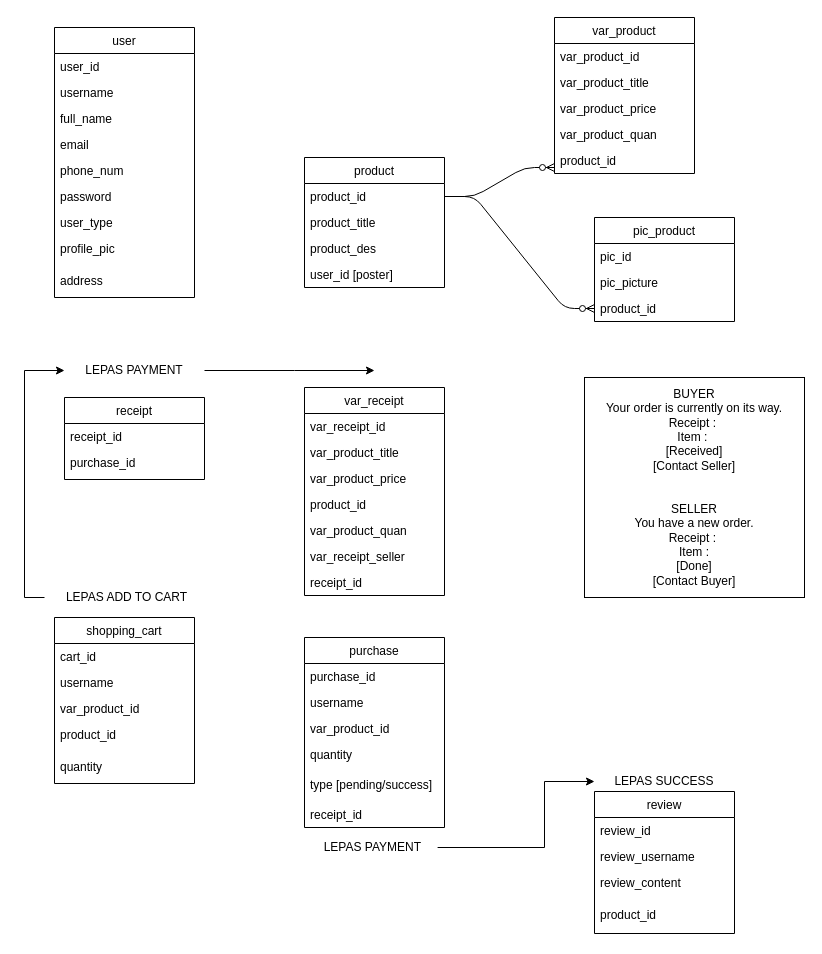
This is page "Page-1" (1 of 4) of Untitled Diagram.drawio from aqilanwar/iium-v, a draw.io file, before an edit. Source tidied: cells renumbered, new cells numbered last; positions are measured from the earlier drawing's top-left corner, leaving out a move shared by most shapes. Both pictures are drawn from the tidied source at 100%, with x=0, y=0 at pixel (24, 17).
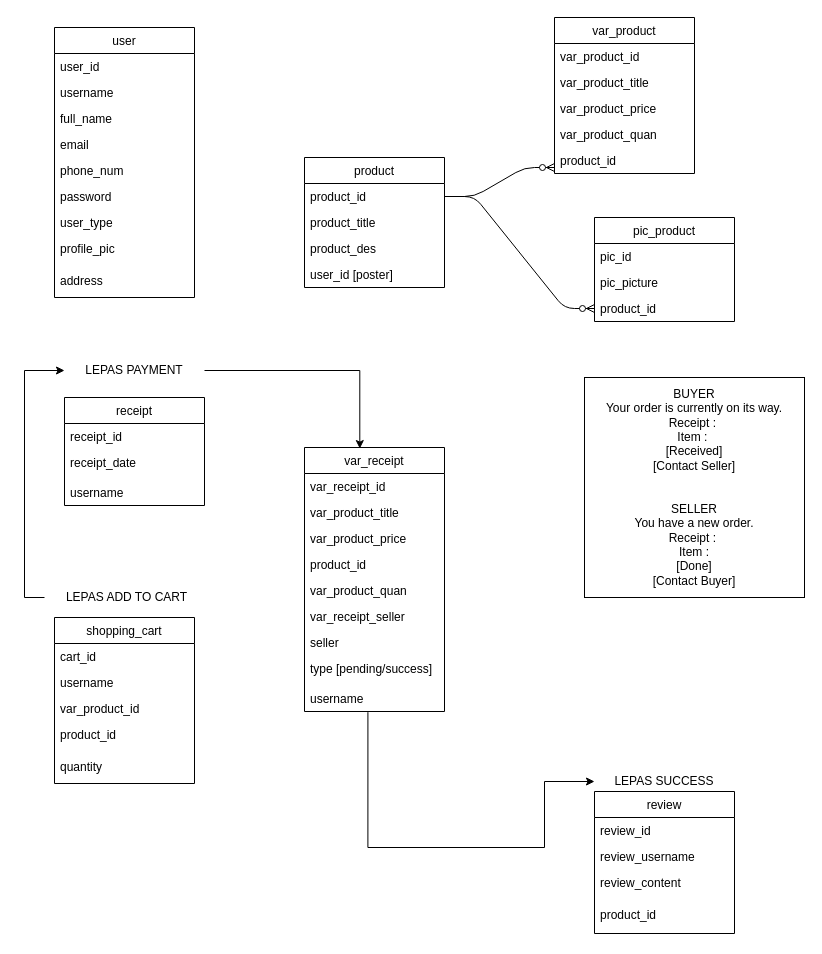
The same diagram, later.

Unchanged cells that the change refers to:
```xml
<mxCell id="53" value="LEPAS PAYMENT" style="text;html=1;strokeColor=none;fillColor=none;align=center;verticalAlign=middle;whiteSpace=wrap;rounded=0;" parent="1" vertex="1">
  <mxGeometry x="40" y="343" width="140" height="20" as="geometry" />
</mxCell>
<mxCell id="56" value="LEPAS SUCCESS" style="text;html=1;strokeColor=none;fillColor=none;align=center;verticalAlign=middle;whiteSpace=wrap;rounded=0;" parent="1" vertex="1">
  <mxGeometry x="570" y="754" width="140" height="20" as="geometry" />
</mxCell>
```

What changed in the source:
```diff
@@
-    <mxCell id="40" value="purchase" style="swimlane;fontStyle=0;horizontal=1;startSize=26;fillColor=none;" parent="1" vertex="1">
-      <mxGeometry x="280" y="620" width="140" height="190" as="geometry" />
-    </mxCell>
-    <mxCell id="41" value="purchase_id" style="text;strokeColor=none;fillColor=none;align=left;verticalAlign=top;spacingLeft=4;spacingRight=4;overflow=hidden;" parent="40" vertex="1">
-      <mxGeometry y="26" width="140" height="26" as="geometry" />
-    </mxCell>
-    <mxCell id="42" value="username" style="text;strokeColor=none;fillColor=none;align=left;verticalAlign=top;spacingLeft=4;spacingRight=4;overflow=hidden;" parent="40" vertex="1">
-      <mxGeometry y="52" width="140" height="26" as="geometry" />
-    </mxCell>
-    <mxCell id="43" value="var_product_id" style="text;strokeColor=none;fillColor=none;align=left;verticalAlign=top;spacingLeft=4;spacingRight=4;overflow=hidden;" parent="40" vertex="1">
-      <mxGeometry y="78" width="140" height="26" as="geometry" />
-    </mxCell>
-    <mxCell id="44" value="quantity" style="text;strokeColor=none;fillColor=none;align=left;verticalAlign=top;spacingLeft=4;spacingRight=4;overflow=hidden;" parent="40" vertex="1">
-      <mxGeometry y="104" width="140" height="30" as="geometry" />
-    </mxCell>
-    <mxCell id="45" value="type [pending/success]" style="text;strokeColor=none;fillColor=none;align=left;verticalAlign=top;spacingLeft=4;spacingRight=4;overflow=hidden;" parent="40" vertex="1">
-      <mxGeometry y="134" width="140" height="30" as="geometry" />
-    </mxCell>
-    <mxCell id="46" value="receipt_id" style="text;strokeColor=none;fillColor=none;align=left;verticalAlign=top;spacingLeft=4;spacingRight=4;overflow=hidden;" parent="40" vertex="1">
-      <mxGeometry y="164" width="140" height="26" as="geometry" />
-    </mxCell>
     <mxCell id="47" value="receipt" style="swimlane;fontStyle=0;horizontal=1;startSize=26;fillColor=none;" parent="1" vertex="1">
-      <mxGeometry x="40" y="380" width="140" height="82" as="geometry" />
+      <mxGeometry x="40" y="380" width="140" height="108" as="geometry" />
     </mxCell>
@@
-    <mxCell id="49" value="purchase_id" style="text;strokeColor=none;fillColor=none;align=left;verticalAlign=top;spacingLeft=4;spacingRight=4;overflow=hidden;" parent="47" vertex="1">
-      <mxGeometry y="52" width="140" height="30" as="geometry" />
-    </mxCell>
+    <mxCell id="66" value="receipt_date" style="text;strokeColor=none;fillColor=none;align=left;verticalAlign=top;spacingLeft=4;spacingRight=4;overflow=hidden;" parent="47" vertex="1">
+      <mxGeometry y="52" width="140" height="30" as="geometry" />
+    </mxCell>
+    <mxCell id="67" value="username" style="text;strokeColor=none;fillColor=none;align=left;verticalAlign=top;spacingLeft=4;spacingRight=4;overflow=hidden;" parent="47" vertex="1">
+      <mxGeometry y="82" width="140" height="26" as="geometry" />
+    </mxCell>
@@
-    <mxCell id="51" style="edgeStyle=orthogonalEdgeStyle;rounded=0;jettySize=auto;html=1;" parent="1" edge="1" source="53">
+    <mxCell id="51" style="edgeStyle=orthogonalEdgeStyle;rounded=0;jettySize=auto;html=1;entryX=0.395;entryY=0.004;entryDx=0;entryDy=0;entryPerimeter=0;" parent="1" edge="1" source="53" target="58">
       <mxGeometry relative="1" as="geometry">
-        <mxPoint x="350" y="353" as="targetPoint" />
         <Array as="points">
-          <mxPoint x="270" y="353" />
+          <mxPoint x="335" y="353" />
         </Array>
       </mxGeometry>
     </mxCell>
@@
-    <mxCell id="54" style="edgeStyle=orthogonalEdgeStyle;rounded=0;jettySize=auto;html=1;" parent="1" edge="1" source="55" target="56">
+    <mxCell id="54" style="edgeStyle=orthogonalEdgeStyle;rounded=0;jettySize=auto;html=1;exitX=0.453;exitY=1.025;exitDx=0;exitDy=0;exitPerimeter=0;" parent="1" edge="1" source="68" target="56">
       <mxGeometry relative="1" as="geometry">
         <Array as="points">
+          <mxPoint x="343" y="830" />
           <mxPoint x="520" y="830" />
           <mxPoint x="520" y="764" />
         </Array>
       </mxGeometry>
     </mxCell>
-    <mxCell id="55" value="LEPAS PAYMENT&amp;nbsp;" style="text;html=1;strokeColor=none;fillColor=none;align=center;verticalAlign=middle;whiteSpace=wrap;rounded=0;" parent="1" vertex="1">
-      <mxGeometry x="286.9" y="820" width="126.2" height="20" as="geometry" />
-    </mxCell>
@@
     <mxCell id="58" value="var_receipt" style="swimlane;fontStyle=0;horizontal=1;startSize=26;fillColor=none;" parent="1" vertex="1">
-      <mxGeometry x="280" y="370" width="140" height="208" as="geometry" />
+      <mxGeometry x="280" y="430" width="140" height="264" as="geometry" />
     </mxCell>
@@
-    <mxCell id="65" value="receipt_id" style="text;strokeColor=none;fillColor=none;align=left;verticalAlign=top;spacingLeft=4;spacingRight=4;overflow=hidden;" parent="58" vertex="1">
+    <mxCell id="65" value="seller" style="text;strokeColor=none;fillColor=none;align=left;verticalAlign=top;spacingLeft=4;spacingRight=4;overflow=hidden;" parent="58" vertex="1">
       <mxGeometry y="182" width="140" height="26" as="geometry" />
     </mxCell>
+    <mxCell id="45" value="type [pending/success]" style="text;strokeColor=none;fillColor=none;align=left;verticalAlign=top;spacingLeft=4;spacingRight=4;overflow=hidden;" parent="58" vertex="1">
+      <mxGeometry y="208" width="140" height="30" as="geometry" />
+    </mxCell>
+    <mxCell id="68" value="username" style="text;strokeColor=none;fillColor=none;align=left;verticalAlign=top;spacingLeft=4;spacingRight=4;overflow=hidden;points=[[0,0.5],[1,0.5]];portConstraint=eastwest;" parent="58" vertex="1">
+      <mxGeometry y="238" width="140" height="26" as="geometry" />
+    </mxCell>
```
